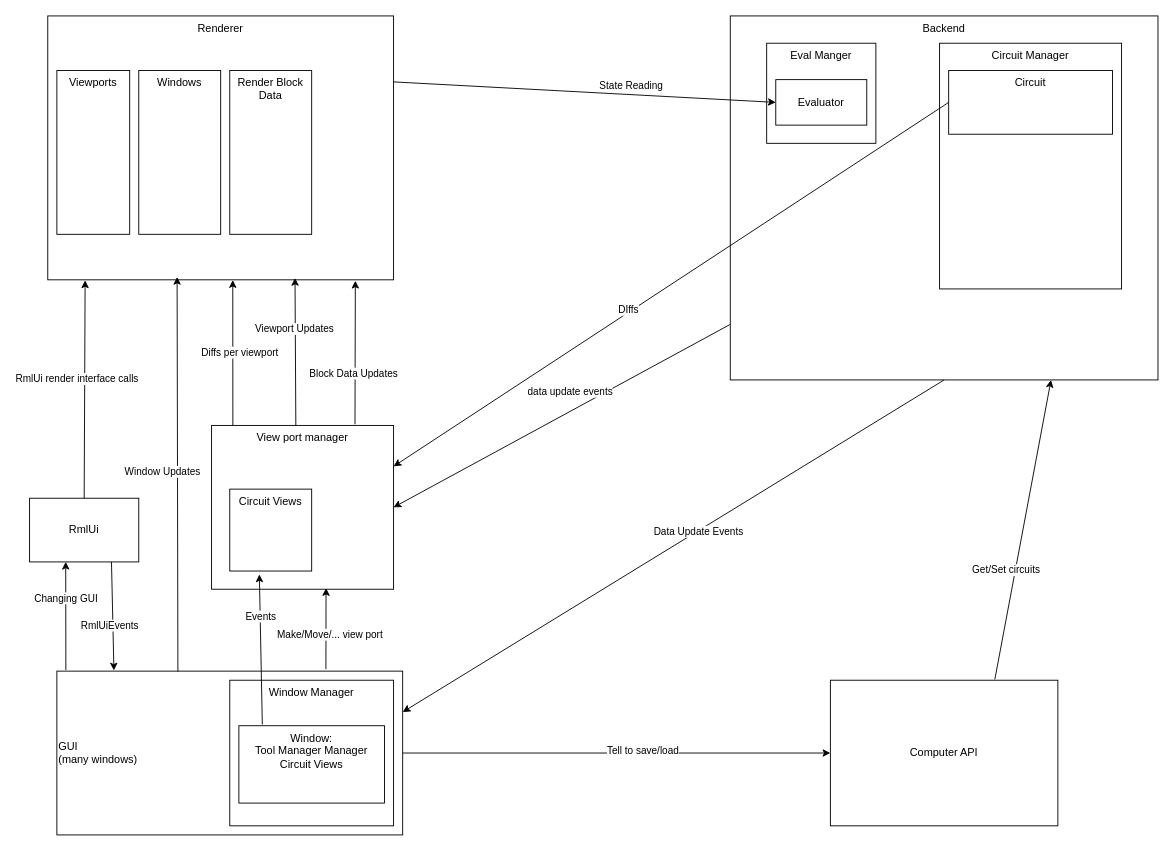
Before: docs/App Layout.drawio in Martian-Technologies/Logic-Graph-Creator, a draw.io diagram. Source tidied: cells renumbered, new cells numbered last; positions are measured from the earlier drawing's top-left corner, leaving out a move shared by most shapes. Both pictures are drawn from the tidied source at 91%, with x=0, y=0 at pixel (29, 15).
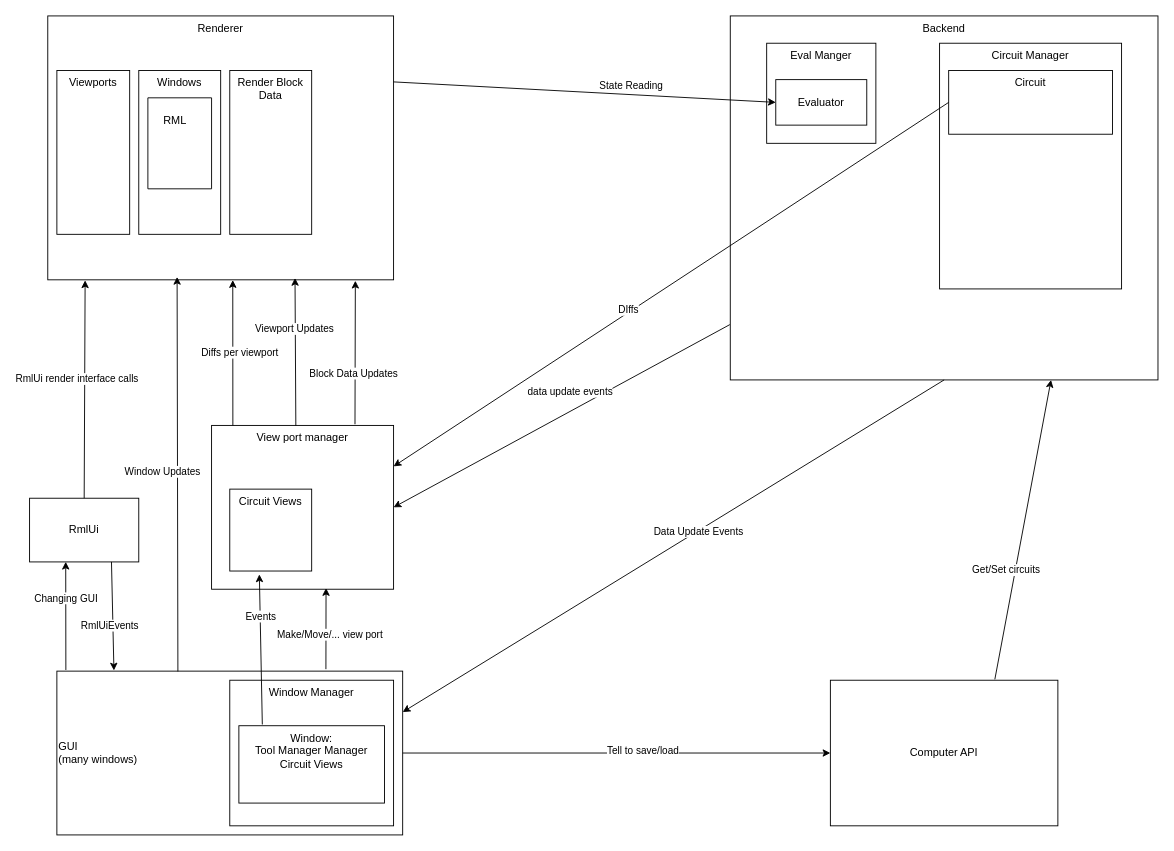
After the change.

Commit message:
update app layout diagram again

What changed in the source:
```diff
@@
+    <mxCell id="47" style="swimlane;startSize=0;" parent="1" vertex="1">
+      <mxGeometry x="130" y="90" width="70" height="100" as="geometry" />
+    </mxCell>
+    <mxCell id="48" value="RML" style="text;html=1;align=center;verticalAlign=middle;whiteSpace=wrap;rounded=0;" parent="1" vertex="1">
+      <mxGeometry x="130" y="100" width="60" height="30" as="geometry" />
+    </mxCell>
```
